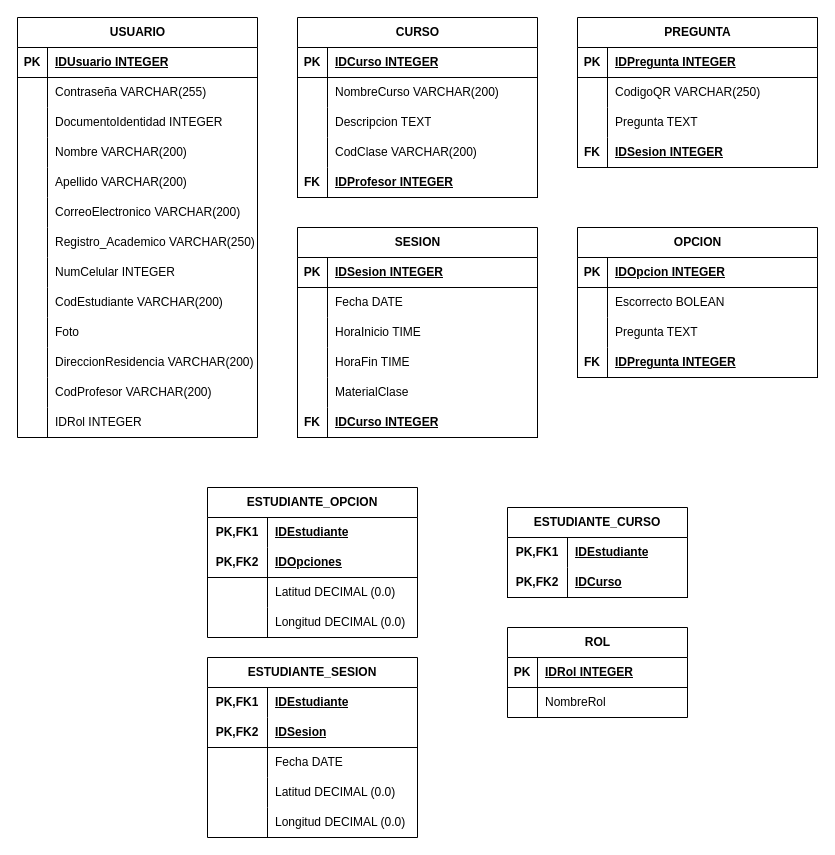
Above: Attenzio Esquema Relacional_02.drawio in 18luisc/Attenzio (draw.io), before the change. Source tidied: cells renumbered, new cells numbered last; positions are measured from the earlier drawing's top-left corner, leaving out a move shared by most shapes. Both pictures are drawn from the tidied source at 100%, with x=0, y=0 at pixel (17, 17).
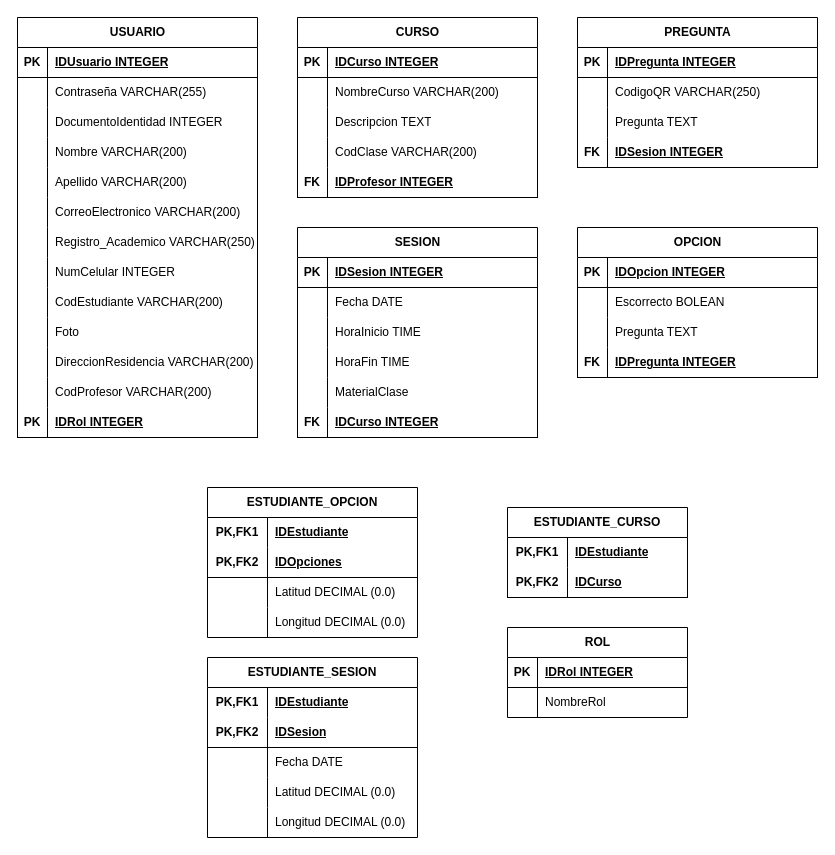
The same page after the edit.

Commit message:
Corrección llave foranea para Usuario-Rol

The change refers to these unchanged cells:
```xml
<mxCell id="2" value="USUARIO" style="shape=table;startSize=30;childLayout=tableLayout;rowLines=0;fontStyle=1;align=center;html=1;" parent="1" vertex="1">
  <mxGeometry width="240" height="420" as="geometry" />
</mxCell>
```

The edit, as a diff of the source:
```diff
@@
-    <mxCell id="39" style="shape=tableRow;horizontal=0;startSize=0;swimlaneHead=0;swimlaneBody=0;fillColor=none;top=0;left=0;right=0;bottom=0;" parent="2" vertex="1">
-      <mxGeometry y="390" width="240" height="30" as="geometry" />
-    </mxCell>
-    <mxCell id="40" style="shape=partialRectangle;fillColor=none;top=0;left=0;bottom=0;right=0;overflow=hidden;whiteSpace=wrap;html=1;" parent="39" vertex="1">
-      <mxGeometry width="30" height="30" as="geometry" />
-    </mxCell>
+    <mxCell id="146" style="shape=tableRow;horizontal=0;startSize=0;swimlaneHead=0;swimlaneBody=0;fillColor=none;top=0;left=0;right=0;bottom=1;" parent="2" vertex="1">
+      <mxGeometry y="390" width="240" height="30" as="geometry" />
+    </mxCell>
+    <mxCell id="147" value="PK" style="shape=partialRectangle;fillColor=none;top=0;left=0;bottom=0;right=0;fontStyle=1;overflow=hidden;whiteSpace=wrap;html=1;" parent="146" vertex="1">
+      <mxGeometry width="30" height="30" as="geometry" />
+    </mxCell>
-    <mxCell id="41" value="IDRol INTEGER" style="shape=partialRectangle;fillColor=none;top=0;left=0;bottom=0;right=0;align=left;spacingLeft=6;overflow=hidden;whiteSpace=wrap;html=1;" parent="39" vertex="1">
+    <mxCell id="41" value="IDRol INTEGER" style="shape=partialRectangle;fillColor=none;top=0;left=0;bottom=0;right=0;align=left;spacingLeft=6;fontStyle=5;overflow=hidden;whiteSpace=wrap;html=1;" parent="146" vertex="1">
       <mxGeometry x="30" width="210" height="30" as="geometry" />
     </mxCell>
```
